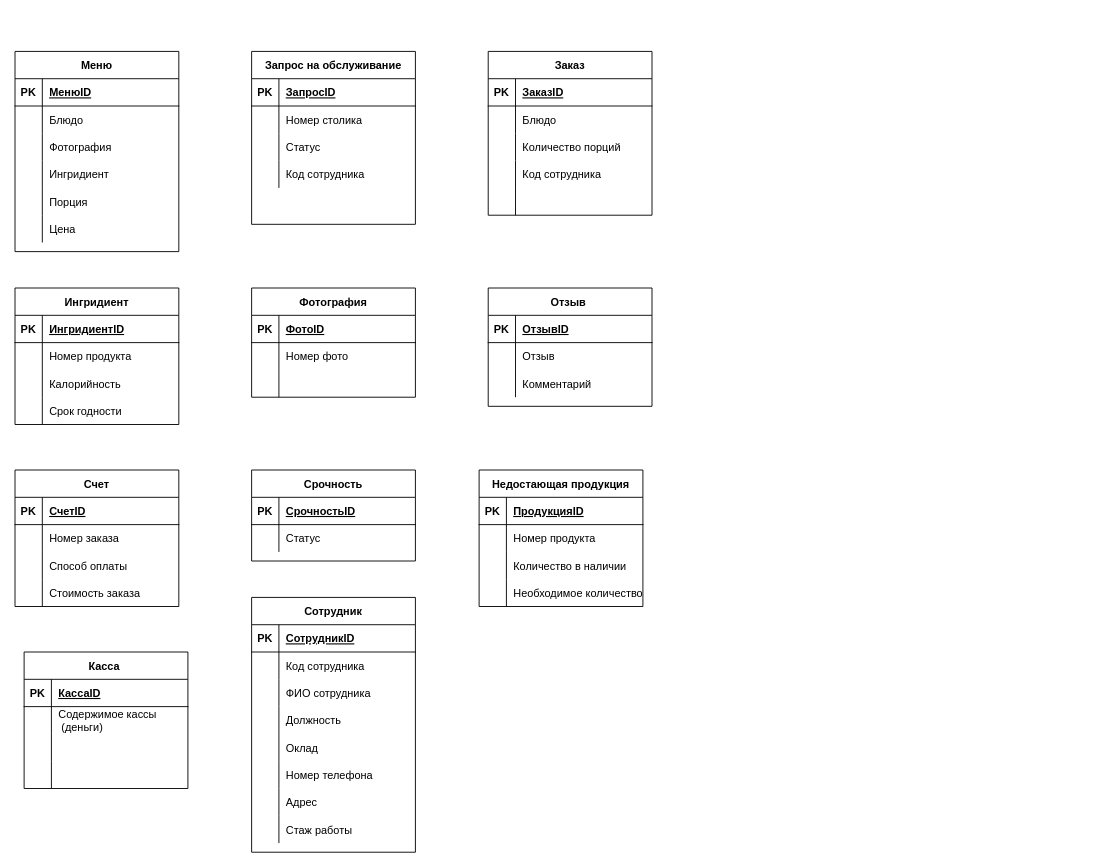
This is ER-diagram.drawio from maria-kuchina262002/mypracticework, a draw.io file, before an edit. Source tidied: cells renumbered, new cells numbered last; positions are measured from the earlier drawing's top-left corner, leaving out a move shared by most shapes. Both pictures are drawn from the tidied source at 91%, with x=0, y=0 at pixel (15, 51).
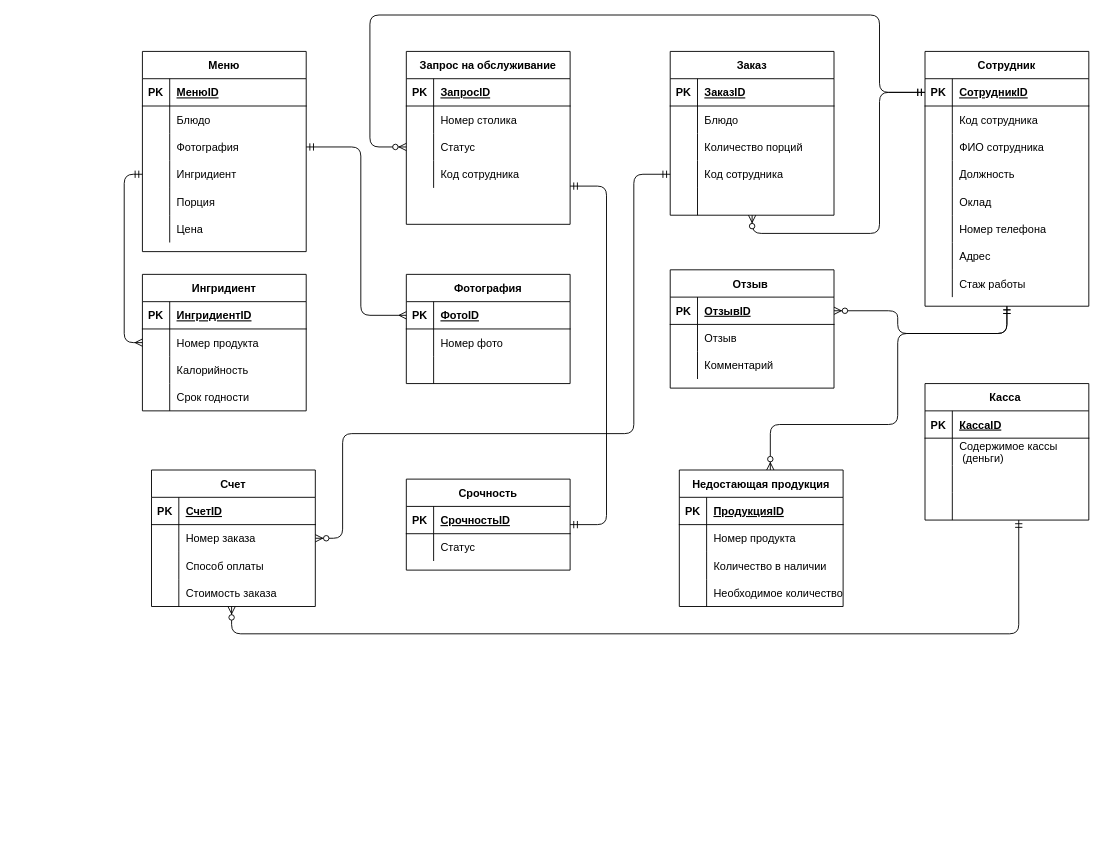
The same page after the edit.

The change refers to these unchanged cells:
```xml
<mxCell id="9" style="shape=partialRectangle;fillColor=none;top=0;left=0;bottom=0;right=0;points=[[0,0.5],[1,0.5]];portConstraint=eastwest;" parent="2" vertex="1">
  <mxGeometry y="90" width="180" height="30" as="geometry" />
</mxCell>
<mxCell id="12" style="shape=partialRectangle;fillColor=none;top=0;left=0;bottom=0;right=0;points=[[0,0.5],[1,0.5]];portConstraint=eastwest;" parent="2" vertex="1">
  <mxGeometry y="120" width="180" height="30" as="geometry" />
</mxCell>
<mxCell id="28" style="shape=partialRectangle;fillColor=none;top=0;left=0;bottom=0;right=0;points=[[0,0.5],[1,0.5]];portConstraint=eastwest;fontColor=default;verticalAlign=middle;" parent="21" vertex="1">
  <mxGeometry y="90" width="180" height="30" as="geometry" />
</mxCell>
<mxCell id="31" style="shape=partialRectangle;fillColor=none;top=0;left=0;bottom=0;right=0;points=[[0,0.5],[1,0.5]];portConstraint=eastwest;fontColor=default;verticalAlign=middle;" parent="21" vertex="1">
  <mxGeometry y="120" width="180" height="30" as="geometry" />
</mxCell>
<mxCell id="51" style="shape=partialRectangle;fillColor=none;top=0;left=0;bottom=0;right=0;points=[[0,0.5],[1,0.5]];portConstraint=eastwest;" parent="47" vertex="1">
  <mxGeometry y="60" width="180" height="30" as="geometry" />
</mxCell>
<mxCell id="61" style="shape=partialRectangle;fillColor=none;top=0;left=0;bottom=1;right=0;points=[[0,0.5],[1,0.5]];portConstraint=eastwest;" parent="60" vertex="1">
  <mxGeometry y="30" width="180" height="30" as="geometry" />
</mxCell>
<mxCell id="71" style="shape=partialRectangle;fillColor=none;top=0;left=0;bottom=1;right=0;points=[[0,0.5],[1,0.5]];portConstraint=eastwest;" parent="70" vertex="1">
  <mxGeometry y="30" width="180" height="30" as="geometry" />
</mxCell>
<mxCell id="96" style="shape=partialRectangle;fillColor=none;top=0;left=0;bottom=1;right=0;points=[[0,0.5],[1,0.5]];portConstraint=eastwest;" parent="95" vertex="1">
  <mxGeometry y="30" width="180" height="30" as="geometry" />
</mxCell>
<mxCell id="109" style="shape=partialRectangle;fillColor=none;top=0;left=0;bottom=0;right=0;points=[[0,0.5],[1,0.5]];portConstraint=eastwest;" parent="105" vertex="1">
  <mxGeometry y="60" width="180" height="30" as="geometry" />
</mxCell>
<mxCell id="128" style="shape=partialRectangle;fillColor=none;top=0;left=0;bottom=0;right=0;points=[[0,0.5],[1,0.5]];portConstraint=eastwest;" parent="118" vertex="1">
  <mxGeometry y="120" width="180" height="30" as="geometry" />
</mxCell>
<mxCell id="131" style="shape=partialRectangle;fillColor=none;top=0;left=0;bottom=0;right=0;points=[[0,0.5],[1,0.5]];portConstraint=eastwest;" parent="118" vertex="1">
  <mxGeometry y="150" width="180" height="30" as="geometry" />
</mxCell>
<mxCell id="142" style="shape=partialRectangle;fillColor=none;top=0;left=0;bottom=1;right=0;" parent="141" vertex="1">
  <mxGeometry y="30" width="180" height="30" as="geometry" />
</mxCell>
<mxCell id="151" style="shape=partialRectangle;fillColor=none;top=0;left=0;bottom=0;right=0;points=[[0,0.5],[1,0.5]];portConstraint=eastwest;" parent="141" vertex="1">
  <mxGeometry y="120" width="180" height="30" as="geometry" />
</mxCell>
```

What changed in the source:
```diff
@@
     <mxCell id="2" value="Меню" style="shape=table;startSize=30;childLayout=tableLayout;rowLines=0;fontStyle=1;align=center;" parent="1" vertex="1">
-      <mxGeometry width="180" height="220" as="geometry" />
+      <mxGeometry x="140" width="180" height="220" as="geometry" />
     </mxCell>
@@
     <mxCell id="21" value="Запрос на обслуживание" style="shape=table;startSize=30;childLayout=tableLayout;rowLines=0;fontStyle=1;align=center;" parent="1" vertex="1">
-      <mxGeometry x="260" width="180" height="190" as="geometry" />
+      <mxGeometry x="430" width="180" height="190" as="geometry" />
     </mxCell>
@@
     <mxCell id="34" value="Недостающая продукция" style="shape=table;startSize=30;childLayout=tableLayout;rowLines=0;fontStyle=1;align=center;" parent="1" vertex="1">
-      <mxGeometry x="510" y="460" width="180" height="150" as="geometry" />
+      <mxGeometry x="730" y="460" width="180" height="150" as="geometry" />
     </mxCell>
@@
     <mxCell id="47" value="Счет" style="shape=table;startSize=30;childLayout=tableLayout;rowLines=0;fontStyle=1;align=center;" parent="1" vertex="1">
-      <mxGeometry y="460" width="180" height="150" as="geometry" />
+      <mxGeometry x="150" y="460" width="180" height="150" as="geometry" />
     </mxCell>
@@
-    <mxCell id="60" value="Отзыв " style="shape=table;startSize=30;childLayout=tableLayout;rowLines=0;fontStyle=1;align=center;" parent="1" vertex="1">
-      <mxGeometry x="520" y="260" width="180" height="130" as="geometry" />
+    <mxCell id="60" value="Отзыв " style="shape=table;startSize=30;childLayout=tableLayout;rowLines=0;fontStyle=1;align=center;strokeColor=default;fillColor=default;" parent="1" vertex="1">
+      <mxGeometry x="720" y="240" width="180" height="130" as="geometry" />
     </mxCell>
@@
     <mxCell id="70" value="Сотрудник" style="shape=table;startSize=30;childLayout=tableLayout;rowLines=0;fontStyle=1;align=center;" parent="1" vertex="1">
-      <mxGeometry x="260" y="600" width="180" height="280" as="geometry" />
+      <mxGeometry x="1000" width="180" height="280" as="geometry" />
     </mxCell>
@@
     <mxCell id="95" value="Фотография" style="shape=table;startSize=30;childLayout=tableLayout;rowLines=0;fontStyle=1;align=center;" parent="1" vertex="1">
-      <mxGeometry x="260" y="260" width="180" height="120" as="geometry" />
+      <mxGeometry x="430" y="245" width="180" height="120" as="geometry" />
     </mxCell>
@@
     <mxCell id="105" value="Ингридиент" style="shape=table;startSize=30;childLayout=tableLayout;rowLines=0;fontStyle=1;align=center;" parent="1" vertex="1">
-      <mxGeometry y="260" width="180" height="150" as="geometry" />
+      <mxGeometry x="140" y="245" width="180" height="150" as="geometry" />
     </mxCell>
@@
     <mxCell id="118" value="Заказ" style="shape=table;startSize=30;childLayout=tableLayout;rowLines=0;fontStyle=1;align=center;" parent="1" vertex="1">
-      <mxGeometry x="520" width="180" height="180" as="geometry" />
+      <mxGeometry x="720" width="180" height="180" as="geometry" />
     </mxCell>
@@
     <mxCell id="134" value="Срочность" style="shape=table;startSize=30;childLayout=tableLayout;rowLines=0;fontStyle=1;align=center;" parent="1" vertex="1">
-      <mxGeometry x="260" y="460" width="180" height="100" as="geometry" />
+      <mxGeometry x="430" y="470" width="180" height="100" as="geometry" />
     </mxCell>
@@
     <mxCell id="141" value="Касса " style="shape=table;startSize=30;childLayout=tableLayout;rowLines=0;fontStyle=1;align=center;" parent="1" vertex="1">
-      <mxGeometry x="10" y="660" width="180" height="150" as="geometry" />
+      <mxGeometry x="1000" y="365" width="180" height="150" as="geometry" />
     </mxCell>
@@
-    <mxCell id="144" value="КассаID" style="shape=partialRectangle;fillColor=none;top=0;left=0;bottom=0;right=0;align=left;spacingLeft=6;fontStyle=5;overflow=hidden;" parent="142" vertex="1">
+    <mxCell id="144" value="КассаID" style="shape=partialRectangle;fillColor=none;top=0;left=0;bottom=0;right=0;align=left;spacingLeft=6;fontStyle=5;overflow=hidden;strokeColor=default;" parent="142" vertex="1">
       <mxGeometry x="30" width="150" height="30" as="geometry" />
     </mxCell>
@@
+    <mxCell id="154" style="fontSize=12;html=1;endArrow=ERzeroToMany;startArrow=ERmandOne;rounded=1;fontColor=default;edgeStyle=orthogonalEdgeStyle;elbow=vertical;entryX=0;entryY=0.5;entryDx=0;entryDy=0;exitX=0;exitY=0.5;exitDx=0;exitDy=0;" parent="1" edge="1" source="71" target="28">
+      <mxGeometry relative="1" as="geometry">
+        <Array as="points">
+          <mxPoint x="950" y="45" />
+          <mxPoint x="950" y="-40" />
+          <mxPoint x="390" y="-40" />
+          <mxPoint x="390" y="105" />
+        </Array>
+      </mxGeometry>
+    </mxCell>
+    <mxCell id="155" style="edgeStyle=orthogonalEdgeStyle;fontSize=12;html=1;endArrow=ERzeroToMany;startArrow=ERmandOne;rounded=1;fontColor=none;elbow=vertical;exitX=0;exitY=0.5;exitDx=0;exitDy=0;" parent="1" edge="1" source="71" target="131">
+      <mxGeometry relative="1" as="geometry">
+        <Array as="points">
+          <mxPoint x="950" y="45" />
+          <mxPoint x="950" y="200" />
+          <mxPoint x="810" y="200" />
+        </Array>
+      </mxGeometry>
+    </mxCell>
+    <mxCell id="156" style="edgeStyle=orthogonalEdgeStyle;fontSize=12;html=1;endArrow=ERmany;startArrow=ERmandOne;rounded=1;fontColor=none;elbow=vertical;entryX=0;entryY=0.5;entryDx=0;entryDy=0;exitX=1;exitY=0.5;exitDx=0;exitDy=0;endFill=0;" parent="1" edge="1" source="9" target="96">
+      <mxGeometry relative="1" as="geometry">
+        <Array as="points">
+          <mxPoint x="380" y="105" />
+          <mxPoint x="380" y="290" />
+        </Array>
+      </mxGeometry>
+    </mxCell>
+    <mxCell id="157" style="edgeStyle=orthogonalEdgeStyle;fontSize=12;html=1;endArrow=ERmany;startArrow=ERmandOne;rounded=1;fontColor=none;elbow=vertical;exitX=0;exitY=0.5;exitDx=0;exitDy=0;endFill=0;entryX=0;entryY=0.5;entryDx=0;entryDy=0;" parent="1" edge="1" source="12" target="109">
+      <mxGeometry relative="1" as="geometry">
+        <Array as="points">
+          <mxPoint x="120" y="135" />
+          <mxPoint x="120" y="320" />
+        </Array>
+      </mxGeometry>
+    </mxCell>
+    <mxCell id="158" style="edgeStyle=orthogonalEdgeStyle;fontSize=12;html=1;endArrow=ERzeroToMany;startArrow=ERmandOne;rounded=1;fontColor=none;elbow=vertical;exitX=0;exitY=0.5;exitDx=0;exitDy=0;entryX=1;entryY=0.5;entryDx=0;entryDy=0;" parent="1" edge="1" source="128" target="51">
+      <mxGeometry relative="1" as="geometry">
+        <Array as="points">
+          <mxPoint x="680" y="135" />
+          <mxPoint x="680" y="420" />
+          <mxPoint x="360" y="420" />
+          <mxPoint x="360" y="535" />
+        </Array>
+      </mxGeometry>
+    </mxCell>
+    <mxCell id="159" style="edgeStyle=orthogonalEdgeStyle;fontSize=12;html=1;endArrow=ERmandOne;startArrow=ERmandOne;rounded=1;fontColor=none;elbow=vertical;entryX=1;entryY=0.5;entryDx=0;entryDy=0;" parent="1" edge="1" source="31" target="134">
+      <mxGeometry relative="1" as="geometry">
+        <Array as="points">
+          <mxPoint x="650" y="148" />
+          <mxPoint x="650" y="520" />
+        </Array>
+      </mxGeometry>
+    </mxCell>
+    <mxCell id="160" style="edgeStyle=orthogonalEdgeStyle;fontSize=12;html=1;endArrow=ERzeroToMany;startArrow=ERmandOne;rounded=1;fontColor=none;elbow=vertical;" parent="1" edge="1" source="151">
+      <mxGeometry relative="1" as="geometry">
+        <mxPoint x="238" y="610" as="targetPoint" />
+        <Array as="points">
+          <mxPoint x="1103" y="640" />
+          <mxPoint x="238" y="640" />
+        </Array>
+      </mxGeometry>
+    </mxCell>
+    <mxCell id="161" style="edgeStyle=orthogonalEdgeStyle;fontSize=12;html=1;endArrow=ERzeroToMany;startArrow=ERmandOne;rounded=1;fontColor=none;elbow=vertical;exitX=0.5;exitY=1;exitDx=0;exitDy=0;" parent="1" edge="1" source="70" target="34">
+      <mxGeometry relative="1" as="geometry">
+        <Array as="points">
+          <mxPoint x="1090" y="310" />
+          <mxPoint x="970" y="310" />
+          <mxPoint x="970" y="410" />
+          <mxPoint x="830" y="410" />
+        </Array>
+      </mxGeometry>
+    </mxCell>
+    <mxCell id="162" style="edgeStyle=orthogonalEdgeStyle;fontSize=12;html=1;endArrow=ERzeroToMany;startArrow=ERmandOne;rounded=1;fontColor=none;elbow=vertical;entryX=1;entryY=0.5;entryDx=0;entryDy=0;" parent="1" edge="1" target="61">
+      <mxGeometry relative="1" as="geometry">
+        <mxPoint x="1090" y="280" as="sourcePoint" />
+        <Array as="points">
+          <mxPoint x="1090" y="310" />
+          <mxPoint x="970" y="310" />
+          <mxPoint x="970" y="285" />
+        </Array>
+      </mxGeometry>
+    </mxCell>
```
